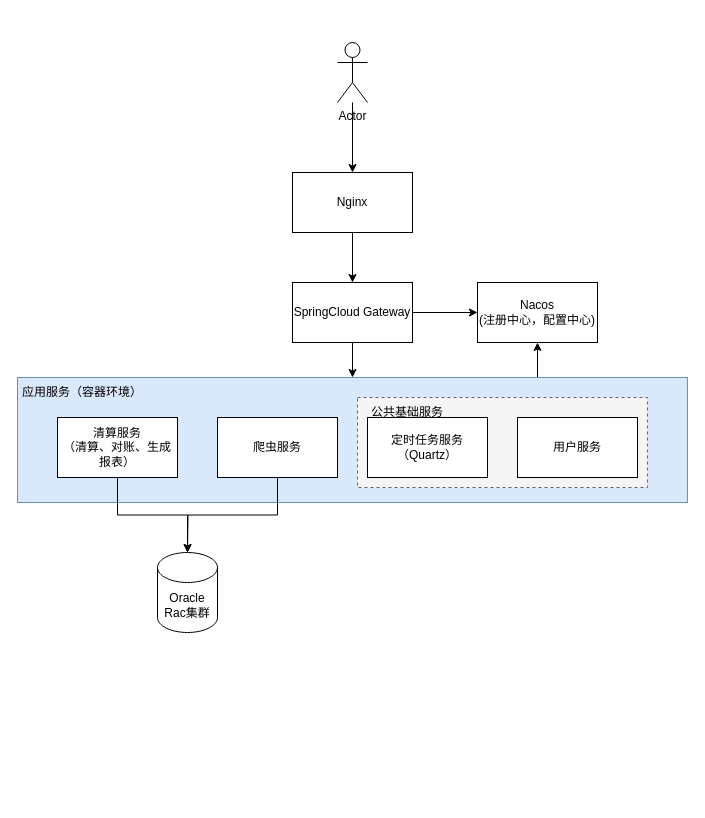
Earlier version of the draw.io diagram AMS估值系统架构.drawio (sinfar/draw). Source tidied: cells renumbered, new cells numbered last; positions are measured from the earlier drawing's top-left corner, leaving out a move shared by most shapes. Both pictures are drawn from the tidied source at 100%, with x=0, y=0 at pixel (17, 42).
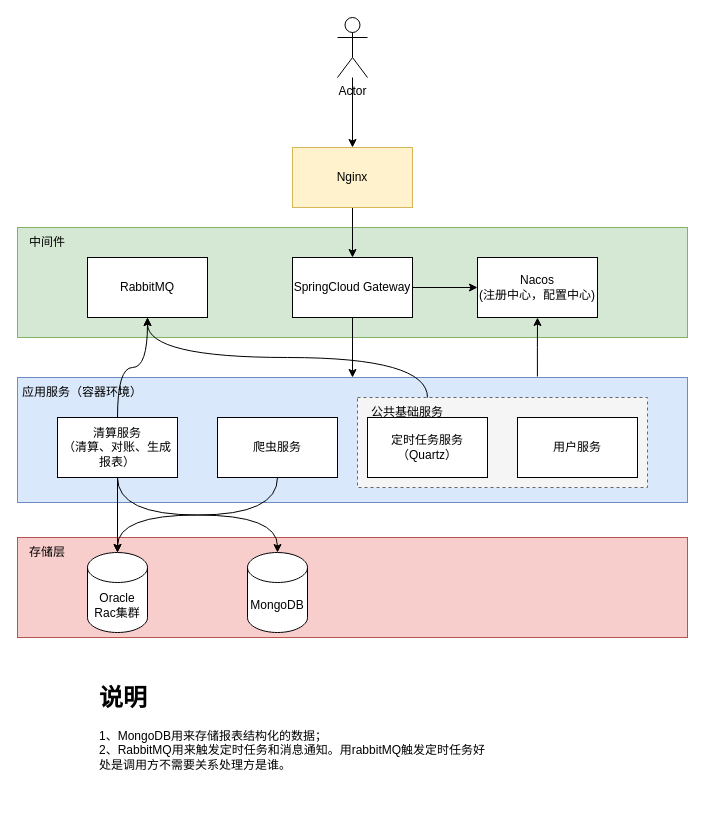
Above is the later version.

Commit message (it also covers changes not shown here):
更新AMS估值系统架构.drawio

Unchanged cells that the change refers to:
```xml
<mxCell id="3" style="rounded=0;whiteSpace=wrap;html=1;fillColor=#dae8fc;strokeColor=#6c8ebf;" parent="1" vertex="1">
  <mxGeometry y="335" width="670" height="125" as="geometry" />
</mxCell>
<mxCell id="10" value="清算服务&lt;br&gt;（清算、对账、生成报表）" style="rounded=0;whiteSpace=wrap;html=1;" parent="1" vertex="1">
  <mxGeometry x="40" y="375" width="120" height="60" as="geometry" />
</mxCell>
<mxCell id="12" value="爬虫服务" style="rounded=0;whiteSpace=wrap;html=1;" parent="1" vertex="1">
  <mxGeometry x="200" y="375" width="120" height="60" as="geometry" />
</mxCell>
<mxCell id="19" value="公共基础服务" style="text;html=1;align=center;verticalAlign=middle;whiteSpace=wrap;rounded=0;" parent="1" vertex="1">
  <mxGeometry x="350" y="355" width="80" height="30" as="geometry" />
</mxCell>
```

The edit, as a diff of the source:
```diff
@@
+    <mxCell id="22" style="rounded=0;whiteSpace=wrap;html=1;fillColor=#f8cecc;strokeColor=#b85450;" parent="1" vertex="1">
+      <mxGeometry y="495" width="670" height="100" as="geometry" />
+    </mxCell>
+    <mxCell id="23" style="rounded=0;whiteSpace=wrap;html=1;fillColor=#d5e8d4;strokeColor=#82b366;" parent="1" vertex="1">
+      <mxGeometry y="185" width="670" height="110" as="geometry" />
+    </mxCell>
-    <mxCell id="2" style="edgeStyle=orthogonalEdgeStyle;rounded=0;jettySize=auto;html=1;exitX=0.75;exitY=0;exitDx=0;exitDy=0;entryX=0.5;entryY=1;entryDx=0;entryDy=0;" parent="1" edge="1" source="3" target="16">
+    <mxCell id="2" style="edgeStyle=orthogonalEdgeStyle;rounded=0;jettySize=auto;html=1;exitX=0.776;exitY=-0.008;exitDx=0;exitDy=0;entryX=0.5;entryY=1;entryDx=0;entryDy=0;exitPerimeter=0;" parent="1" edge="1" source="3" target="16">
       <mxGeometry relative="1" as="geometry" />
     </mxCell>
@@
-    <mxCell id="6" value="Nginx" style="rounded=0;whiteSpace=wrap;html=1;" parent="1" vertex="1">
-      <mxGeometry x="275" y="130" width="120" height="60" as="geometry" />
+    <mxCell id="6" value="Nginx" style="rounded=0;whiteSpace=wrap;html=1;fillColor=#fff2cc;strokeColor=#d6b656;" parent="1" vertex="1">
+      <mxGeometry x="275" y="105" width="120" height="60" as="geometry" />
     </mxCell>
@@
     <mxCell id="8" value="Actor" style="shape=umlActor;verticalLabelPosition=bottom;verticalAlign=top;html=1;outlineConnect=0;" parent="1" vertex="1">
-      <mxGeometry x="320" width="30" height="60" as="geometry" />
+      <mxGeometry x="320" y="-25" width="30" height="60" as="geometry" />
     </mxCell>
@@
+    <mxCell id="24" style="edgeStyle=orthogonalEdgeStyle;rounded=0;jettySize=auto;html=1;exitX=0.5;exitY=0;exitDx=0;exitDy=0;entryX=0.5;entryY=1;entryDx=0;entryDy=0;curved=1;" parent="1" edge="1" source="10" target="30">
+      <mxGeometry relative="1" as="geometry" />
+    </mxCell>
@@
-    <mxCell id="11" style="edgeStyle=orthogonalEdgeStyle;rounded=0;jettySize=auto;html=1;exitX=0.5;exitY=1;exitDx=0;exitDy=0;" parent="1" edge="1" source="12">
-      <mxGeometry relative="1" as="geometry">
-        <mxPoint x="170" y="510" as="targetPoint" />
-      </mxGeometry>
-    </mxCell>
@@
     <mxCell id="15" value="SpringCloud Gateway" style="rounded=0;whiteSpace=wrap;html=1;" parent="1" vertex="1">
-      <mxGeometry x="275" y="240" width="120" height="60" as="geometry" />
+      <mxGeometry x="275" y="215" width="120" height="60" as="geometry" />
     </mxCell>
     <mxCell id="16" value="Nacos&lt;br&gt;(注册中心，配置中心)" style="rounded=0;whiteSpace=wrap;html=1;" parent="1" vertex="1">
-      <mxGeometry x="460" y="240" width="120" height="60" as="geometry" />
+      <mxGeometry x="460" y="215" width="120" height="60" as="geometry" />
     </mxCell>
@@
+    <mxCell id="25" style="edgeStyle=orthogonalEdgeStyle;rounded=0;jettySize=auto;html=1;exitX=0.75;exitY=0;exitDx=0;exitDy=0;entryX=0.5;entryY=1;entryDx=0;entryDy=0;curved=1;" parent="1" edge="1" source="19" target="30">
+      <mxGeometry relative="1" as="geometry" />
+    </mxCell>
@@
     <mxCell id="21" value="Oracle Rac集群" style="shape=cylinder3;whiteSpace=wrap;html=1;boundedLbl=1;backgroundOutline=1;size=15;" parent="1" vertex="1">
-      <mxGeometry x="140" y="510" width="60" height="80" as="geometry" />
+      <mxGeometry x="70" y="510" width="60" height="80" as="geometry" />
     </mxCell>
+    <mxCell id="26" value="MongoDB" style="shape=cylinder3;whiteSpace=wrap;html=1;boundedLbl=1;backgroundOutline=1;size=15;" parent="1" vertex="1">
+      <mxGeometry x="230" y="510" width="60" height="80" as="geometry" />
+    </mxCell>
+    <mxCell id="27" style="edgeStyle=orthogonalEdgeStyle;rounded=0;jettySize=auto;html=1;exitX=0.5;exitY=1;exitDx=0;exitDy=0;entryX=0.5;entryY=0;entryDx=0;entryDy=0;entryPerimeter=0;curved=1;" parent="1" edge="1" source="12" target="21">
+      <mxGeometry relative="1" as="geometry" />
+    </mxCell>
+    <mxCell id="28" style="edgeStyle=orthogonalEdgeStyle;rounded=0;jettySize=auto;html=1;exitX=0.5;exitY=1;exitDx=0;exitDy=0;entryX=0.5;entryY=0;entryDx=0;entryDy=0;entryPerimeter=0;curved=1;" parent="1" edge="1" source="10" target="26">
+      <mxGeometry relative="1" as="geometry" />
+    </mxCell>
+    <mxCell id="29" value="&lt;h1 style=&quot;margin-top: 0px;&quot;&gt;说明&lt;/h1&gt;&lt;p&gt;1、MongoDB用来存储报表结构化的数据；&lt;br&gt;2、RabbitMQ用来触发定时任务和消息通知。用rabbitMQ触发定时任务好处是调用方不需要关系处理方是谁。&lt;/p&gt;" style="text;html=1;whiteSpace=wrap;overflow=hidden;rounded=0;" parent="1" vertex="1">
+      <mxGeometry x="80" y="635" width="390" height="120" as="geometry" />
+    </mxCell>
+    <mxCell id="30" value="RabbitMQ" style="rounded=0;whiteSpace=wrap;html=1;" parent="1" vertex="1">
+      <mxGeometry x="70" y="215" width="120" height="60" as="geometry" />
+    </mxCell>
+    <mxCell id="31" value="中间件" style="text;html=1;align=center;verticalAlign=middle;whiteSpace=wrap;rounded=0;" parent="1" vertex="1">
+      <mxGeometry y="185" width="60" height="30" as="geometry" />
+    </mxCell>
+    <mxCell id="32" value="存储层" style="text;html=1;align=center;verticalAlign=middle;whiteSpace=wrap;rounded=0;" parent="1" vertex="1">
+      <mxGeometry y="495" width="60" height="30" as="geometry" />
+    </mxCell>
```
